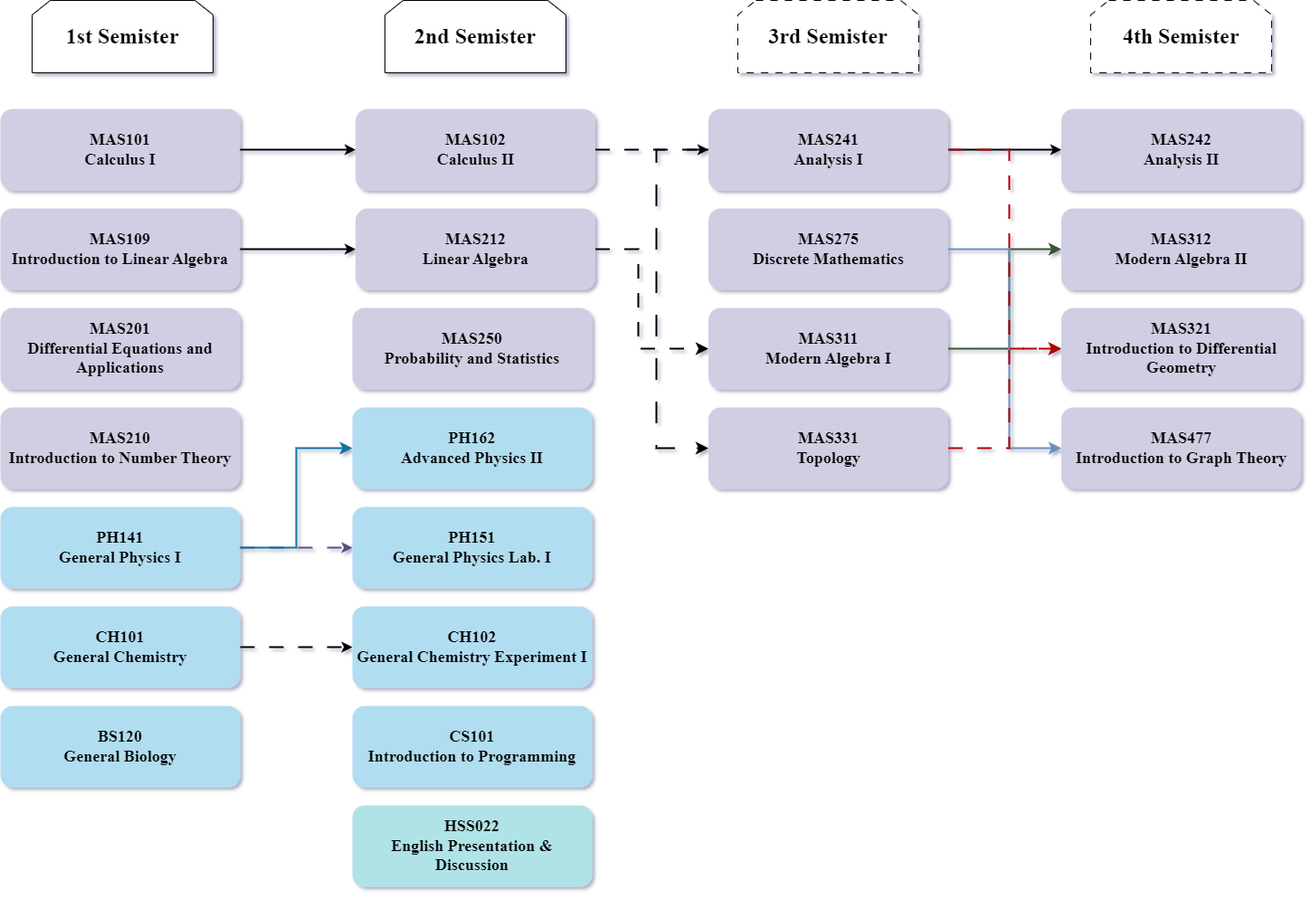
PoohaChoi/PoohaChoi keeps this draw.io diagram as Study_Line.drawio.png. Above is the earlier version. Source tidied: cells renumbered, new cells last; positions are measured from the earlier drawing's top-left corner, leaving out a move shared by most shapes.
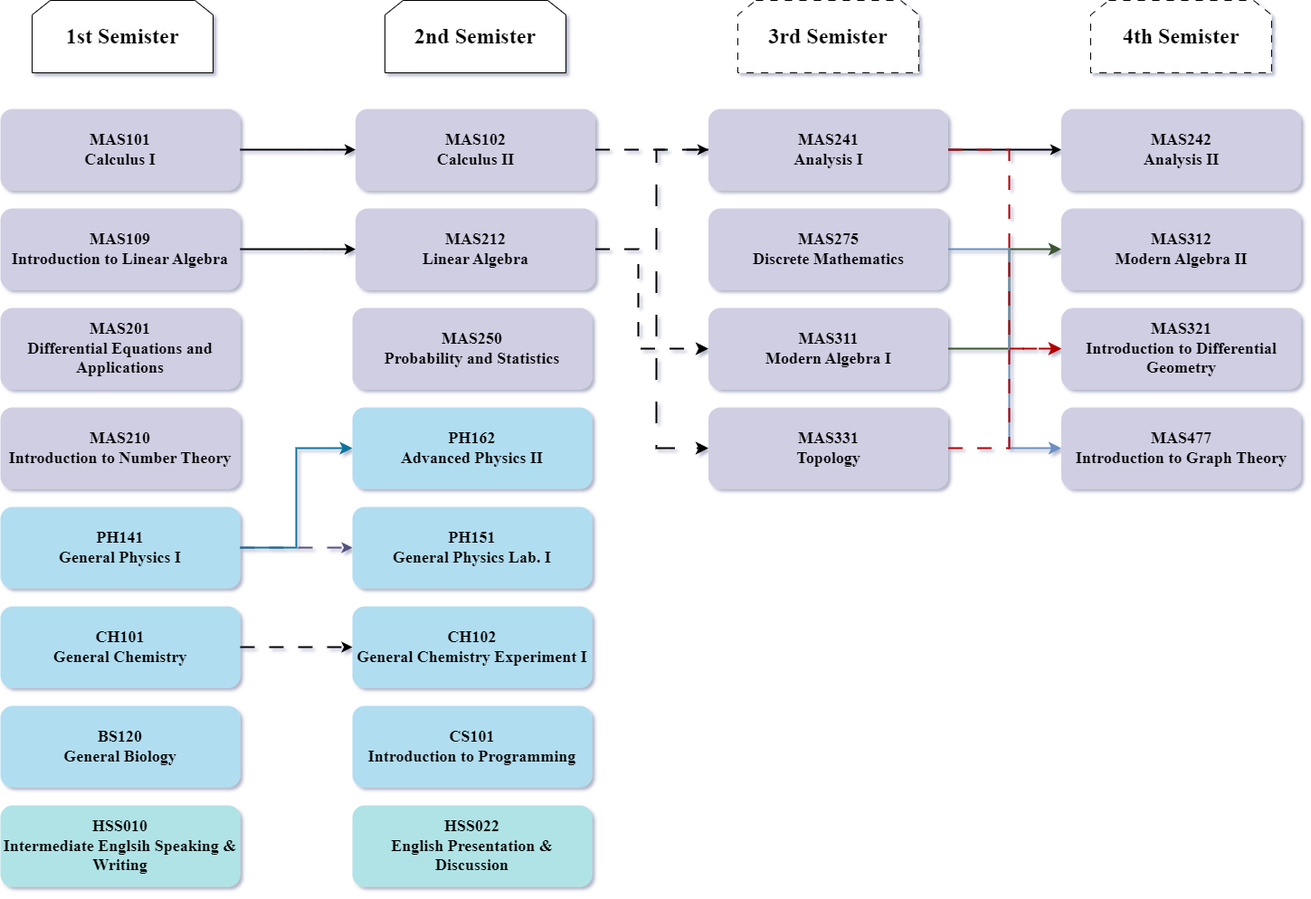
Above is the later version.

What changed in the source:
```diff
@@ -150,5 +150,8 @@
         </Array>
       </mxGeometry>
     </mxCell>
+    <mxCell id="42" value="&lt;h2&gt;&lt;font face=&quot;Times New Roman&quot;&gt;HSS010&lt;br&gt;Intermediate Englsih Speaking &amp;amp; Writing&lt;/font&gt;&lt;/h2&gt;" style="rounded=1;whiteSpace=wrap;html=1;fillColor=#b0e3e6;strokeColor=none;" parent="1" vertex="1">
+      <mxGeometry y="890" width="265" height="90" as="geometry" />
+    </mxCell>
   </root>
 </mxGraphModel>
```
